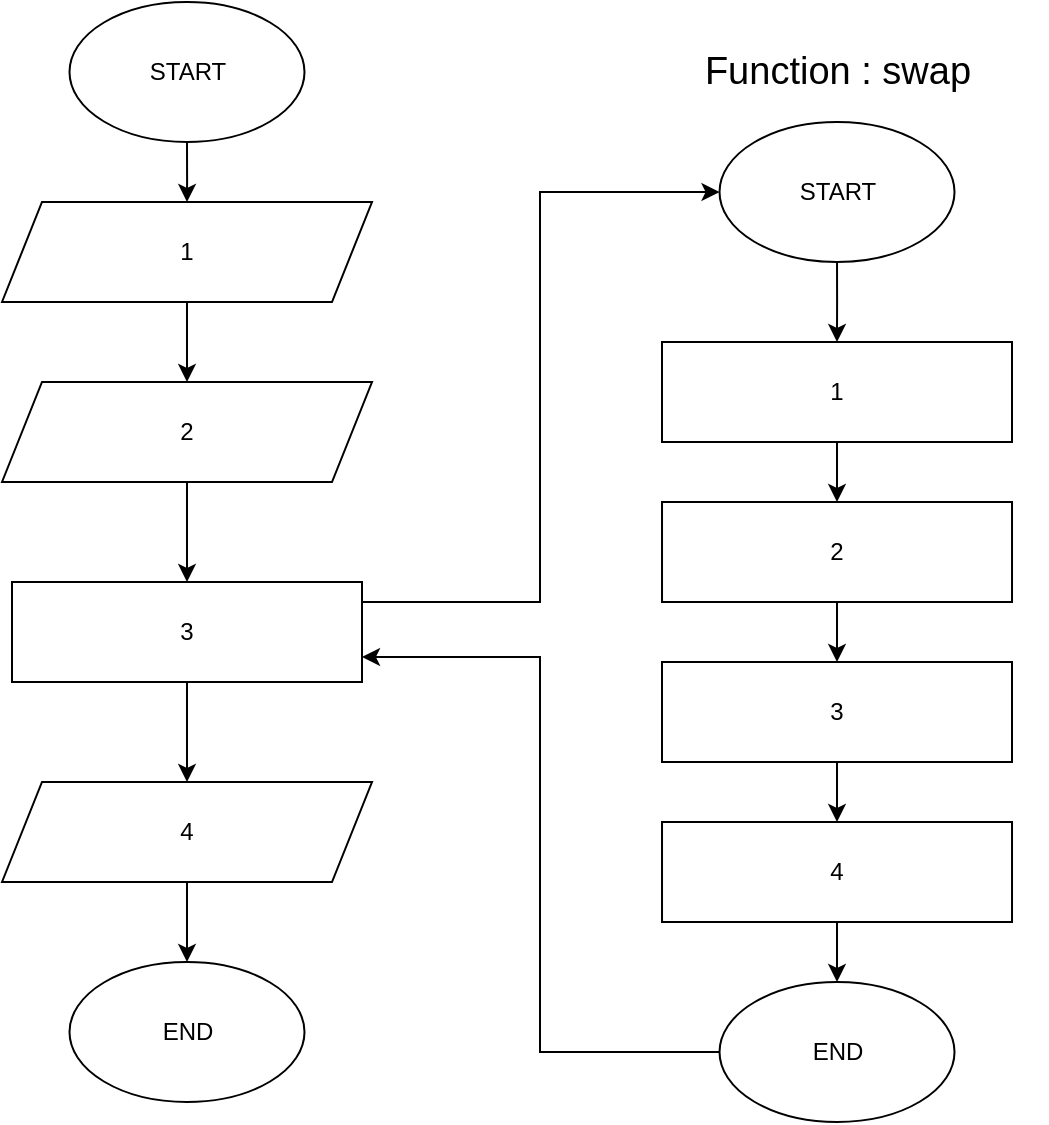
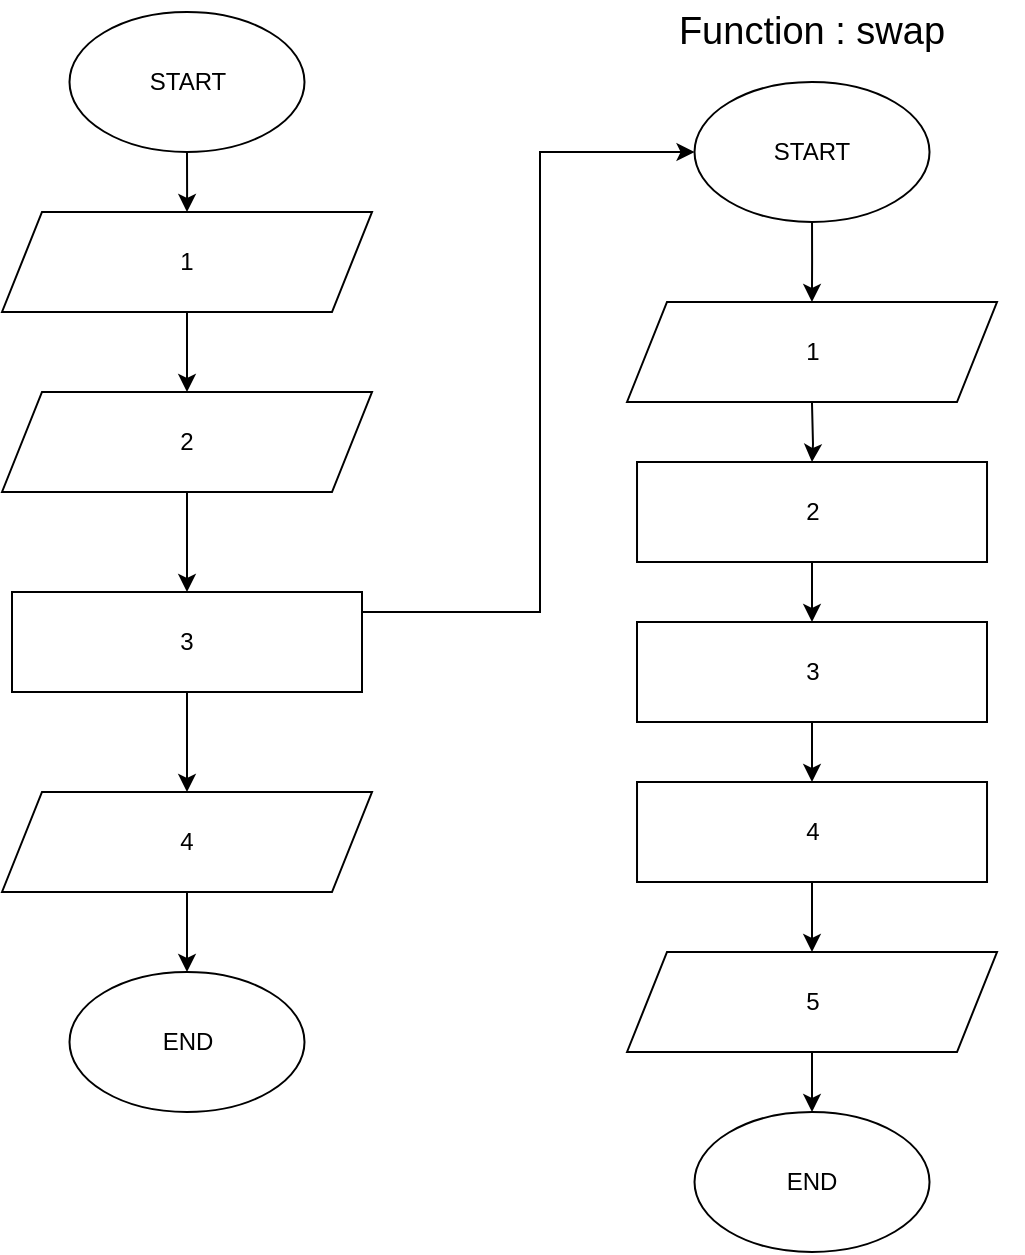
<mxfile host="app.diagrams.net">
-   <diagram name="Page-1" id="DZQpwDG2AguKfzWeCMCz">
-     <mxGraphModel dx="2155" dy="1154" grid="1" gridSize="10" guides="1" tooltips="1" connect="1" arrows="1" fold="1" page="1" pageScale="1" pageWidth="850" pageHeight="1100" math="0" shadow="0">
+   <diagram name="Page-1" id="gaM7ZMEkuyfL6_FFLKv9">
+     <mxGraphModel dx="3667" dy="2913" grid="1" gridSize="10" guides="1" tooltips="1" connect="1" arrows="1" fold="1" page="1" pageScale="1" pageWidth="850" pageHeight="1100" math="0" shadow="0">
      <root>
        <mxCell id="0" />
        <mxCell id="1" parent="0" />
-         <mxCell id="kQ8cNT2L98zMurMp1pFD-1" edge="1" parent="1" source="kQ8cNT2L98zMurMp1pFD-2" style="edgeStyle=orthogonalEdgeStyle;rounded=0;orthogonalLoop=1;jettySize=auto;html=1;" target="kQ8cNT2L98zMurMp1pFD-5" value="">
+         <mxCell id="jRngi_6EwiUO38Zkh1do-306" edge="1" parent="1" source="jRngi_6EwiUO38Zkh1do-307" style="edgeStyle=orthogonalEdgeStyle;rounded=0;orthogonalLoop=1;jettySize=auto;html=1;" target="jRngi_6EwiUO38Zkh1do-310" value="">
          <mxGeometry relative="1" as="geometry" />
        </mxCell>
-         <mxCell id="kQ8cNT2L98zMurMp1pFD-2" parent="1" style="ellipse;whiteSpace=wrap;html=1;" value="START" vertex="1">
-           <mxGeometry height="70" width="117.5" x="113.75" y="50" as="geometry" />
+         <mxCell id="jRngi_6EwiUO38Zkh1do-307" parent="1" style="ellipse;whiteSpace=wrap;html=1;" value="START" vertex="1">
+           <mxGeometry height="70" width="117.5" x="-2466.248235294118" y="-2170.001764705882" as="geometry" />
        </mxCell>
-         <mxCell id="kQ8cNT2L98zMurMp1pFD-3" parent="1" style="ellipse;whiteSpace=wrap;html=1;" value="END" vertex="1">
-           <mxGeometry height="70" width="117.5" x="113.75" y="530" as="geometry" />
+         <mxCell id="jRngi_6EwiUO38Zkh1do-308" parent="1" style="ellipse;whiteSpace=wrap;html=1;" value="END" vertex="1">
+           <mxGeometry height="70" width="117.5" x="-2466.248235294118" y="-1690.0017647058821" as="geometry" />
        </mxCell>
-         <mxCell id="cTQZ2PaawylzKzxFx5YF-85" edge="1" parent="1" source="kQ8cNT2L98zMurMp1pFD-5" style="edgeStyle=orthogonalEdgeStyle;rounded=0;orthogonalLoop=1;jettySize=auto;html=1;" target="cTQZ2PaawylzKzxFx5YF-84" value="">
+         <mxCell id="jRngi_6EwiUO38Zkh1do-309" edge="1" parent="1" source="jRngi_6EwiUO38Zkh1do-310" style="edgeStyle=orthogonalEdgeStyle;rounded=0;orthogonalLoop=1;jettySize=auto;html=1;" target="jRngi_6EwiUO38Zkh1do-330" value="">
          <mxGeometry relative="1" as="geometry" />
        </mxCell>
-         <mxCell id="kQ8cNT2L98zMurMp1pFD-5" parent="1" style="shape=parallelogram;perimeter=parallelogramPerimeter;whiteSpace=wrap;html=1;fixedSize=1;" value="1" vertex="1">
-           <mxGeometry height="50" width="185" x="80" y="150" as="geometry" />
+         <mxCell id="jRngi_6EwiUO38Zkh1do-310" parent="1" style="shape=parallelogram;perimeter=parallelogramPerimeter;whiteSpace=wrap;html=1;fixedSize=1;" value="1" vertex="1">
+           <mxGeometry height="50" width="185" x="-2499.998235294118" y="-2070.001764705882" as="geometry" />
        </mxCell>
-         <mxCell id="rKnpv_W1U9PREV9YSJFs-2" edge="1" parent="1" source="kQ8cNT2L98zMurMp1pFD-9" style="edgeStyle=orthogonalEdgeStyle;rounded=0;orthogonalLoop=1;jettySize=auto;html=1;" target="7_FxzUuJxiiQ-YLYcN7P-26" value="">
+         <mxCell id="jRngi_6EwiUO38Zkh1do-311" edge="1" parent="1" source="jRngi_6EwiUO38Zkh1do-313" style="edgeStyle=orthogonalEdgeStyle;rounded=0;orthogonalLoop=1;jettySize=auto;html=1;" target="jRngi_6EwiUO38Zkh1do-315" value="">
          <mxGeometry relative="1" as="geometry" />
        </mxCell>
-         <mxCell id="cTQZ2PaawylzKzxFx5YF-87" edge="1" parent="1" source="kQ8cNT2L98zMurMp1pFD-9" style="edgeStyle=orthogonalEdgeStyle;rounded=0;orthogonalLoop=1;jettySize=auto;html=1;entryX=0;entryY=0.5;entryDx=0;entryDy=0;shape=wire;dashed=1;" target="cTQZ2PaawylzKzxFx5YF-80">
+         <mxCell id="jRngi_6EwiUO38Zkh1do-312" edge="1" parent="1" source="jRngi_6EwiUO38Zkh1do-313" style="edgeStyle=orthogonalEdgeStyle;rounded=0;orthogonalLoop=1;jettySize=auto;html=1;entryX=0;entryY=0.5;entryDx=0;entryDy=0;shape=wire;dashed=1;" target="jRngi_6EwiUO38Zkh1do-327">
          <mxGeometry relative="1" as="geometry">
            <Array as="points">
-               <mxPoint x="349" y="350" />
-               <mxPoint x="349" y="145" />
+               <mxPoint x="-2231" y="-1870" />
+               <mxPoint x="-2231" y="-2100" />
            </Array>
          </mxGeometry>
        </mxCell>
-         <mxCell id="kQ8cNT2L98zMurMp1pFD-9" parent="1" style="rounded=0;whiteSpace=wrap;html=1;" value="3" vertex="1">
-           <mxGeometry height="50" width="175" x="85" y="340" as="geometry" />
+         <mxCell id="jRngi_6EwiUO38Zkh1do-313" parent="1" style="rounded=0;whiteSpace=wrap;html=1;" value="3" vertex="1">
+           <mxGeometry height="50" width="175" x="-2494.998235294118" y="-1880.0017647058821" as="geometry" />
        </mxCell>
-         <mxCell id="rKnpv_W1U9PREV9YSJFs-1" edge="1" parent="1" source="7_FxzUuJxiiQ-YLYcN7P-26" style="edgeStyle=orthogonalEdgeStyle;rounded=0;orthogonalLoop=1;jettySize=auto;html=1;" target="kQ8cNT2L98zMurMp1pFD-3" value="">
+         <mxCell id="jRngi_6EwiUO38Zkh1do-314" edge="1" parent="1" source="jRngi_6EwiUO38Zkh1do-315" style="edgeStyle=orthogonalEdgeStyle;rounded=0;orthogonalLoop=1;jettySize=auto;html=1;" target="jRngi_6EwiUO38Zkh1do-308" value="">
          <mxGeometry relative="1" as="geometry" />
        </mxCell>
-         <mxCell id="7_FxzUuJxiiQ-YLYcN7P-26" parent="1" style="shape=parallelogram;perimeter=parallelogramPerimeter;whiteSpace=wrap;html=1;fixedSize=1;" value="4" vertex="1">
-           <mxGeometry height="50" width="185" x="80" y="440" as="geometry" />
+         <mxCell id="jRngi_6EwiUO38Zkh1do-315" parent="1" style="shape=parallelogram;perimeter=parallelogramPerimeter;whiteSpace=wrap;html=1;fixedSize=1;" value="4" vertex="1">
+           <mxGeometry height="50" width="185" x="-2499.998235294118" y="-1780.0017647058821" as="geometry" />
        </mxCell>
-         <mxCell id="cTQZ2PaawylzKzxFx5YF-4" edge="1" parent="1" source="7_FxzUuJxiiQ-YLYcN7P-32" style="edgeStyle=orthogonalEdgeStyle;rounded=0;orthogonalLoop=1;jettySize=auto;html=1;" target="cTQZ2PaawylzKzxFx5YF-1" value="">
+         <mxCell id="jRngi_6EwiUO38Zkh1do-316" edge="1" parent="1" style="edgeStyle=orthogonalEdgeStyle;rounded=0;orthogonalLoop=1;jettySize=auto;html=1;" target="jRngi_6EwiUO38Zkh1do-319" value="">
+           <mxGeometry relative="1" as="geometry">
+             <mxPoint x="-2095.02" y="-1975.0017647058821" as="sourcePoint" />
+           </mxGeometry>
+         </mxCell>
+         <mxCell id="jRngi_6EwiUO38Zkh1do-318" edge="1" parent="1" source="jRngi_6EwiUO38Zkh1do-319" style="edgeStyle=orthogonalEdgeStyle;rounded=0;orthogonalLoop=1;jettySize=auto;html=1;" target="jRngi_6EwiUO38Zkh1do-321" value="">
          <mxGeometry relative="1" as="geometry" />
        </mxCell>
-         <mxCell id="7_FxzUuJxiiQ-YLYcN7P-32" parent="1" style="rounded=0;whiteSpace=wrap;html=1;" value="1" vertex="1">
-           <mxGeometry height="50" width="175" x="410" y="220" as="geometry" />
+         <mxCell id="jRngi_6EwiUO38Zkh1do-319" parent="1" style="rounded=0;whiteSpace=wrap;html=1;" value="2" vertex="1">
+           <mxGeometry height="50" width="175" x="-2182.4882352941177" y="-1945.0017647058821" as="geometry" />
        </mxCell>
-         <mxCell id="cTQZ2PaawylzKzxFx5YF-74" edge="1" parent="1" source="cTQZ2PaawylzKzxFx5YF-1" style="edgeStyle=orthogonalEdgeStyle;rounded=0;orthogonalLoop=1;jettySize=auto;html=1;" target="cTQZ2PaawylzKzxFx5YF-72" value="">
+         <mxCell id="jRngi_6EwiUO38Zkh1do-320" edge="1" parent="1" source="jRngi_6EwiUO38Zkh1do-321" style="edgeStyle=orthogonalEdgeStyle;rounded=0;orthogonalLoop=1;jettySize=auto;html=1;" target="jRngi_6EwiUO38Zkh1do-323" value="">
          <mxGeometry relative="1" as="geometry" />
        </mxCell>
-         <mxCell id="cTQZ2PaawylzKzxFx5YF-1" parent="1" style="rounded=0;whiteSpace=wrap;html=1;" value="2" vertex="1">
-           <mxGeometry height="50" width="175" x="410.01" y="300" as="geometry" />
+         <mxCell id="jRngi_6EwiUO38Zkh1do-321" parent="1" style="rounded=0;whiteSpace=wrap;html=1;" value="3" vertex="1">
+           <mxGeometry height="50" width="175" x="-2182.498235294118" y="-1865.0017647058821" as="geometry" />
        </mxCell>
-         <mxCell id="cTQZ2PaawylzKzxFx5YF-78" edge="1" parent="1" source="cTQZ2PaawylzKzxFx5YF-72" style="edgeStyle=orthogonalEdgeStyle;rounded=0;orthogonalLoop=1;jettySize=auto;html=1;" target="cTQZ2PaawylzKzxFx5YF-77" value="">
+         <mxCell id="jRngi_6EwiUO38Zkh1do-334" edge="1" parent="1" source="jRngi_6EwiUO38Zkh1do-323" style="edgeStyle=orthogonalEdgeStyle;rounded=0;orthogonalLoop=1;jettySize=auto;html=1;" target="jRngi_6EwiUO38Zkh1do-333" value="">
          <mxGeometry relative="1" as="geometry" />
        </mxCell>
-         <mxCell id="cTQZ2PaawylzKzxFx5YF-72" parent="1" style="rounded=0;whiteSpace=wrap;html=1;" value="3" vertex="1">
-           <mxGeometry height="50" width="175" x="410" y="380" as="geometry" />
+         <mxCell id="jRngi_6EwiUO38Zkh1do-323" parent="1" style="rounded=0;whiteSpace=wrap;html=1;" value="4" vertex="1">
+           <mxGeometry height="50" width="175" x="-2182.4882352941177" y="-1785.0017647058821" as="geometry" />
        </mxCell>
-         <mxCell id="cTQZ2PaawylzKzxFx5YF-82" edge="1" parent="1" source="cTQZ2PaawylzKzxFx5YF-77" style="edgeStyle=orthogonalEdgeStyle;rounded=0;orthogonalLoop=1;jettySize=auto;html=1;" target="cTQZ2PaawylzKzxFx5YF-79" value="">
+         <mxCell id="jRngi_6EwiUO38Zkh1do-325" parent="1" style="ellipse;whiteSpace=wrap;html=1;" value="END" vertex="1">
+           <mxGeometry height="70" width="117.5" x="-2153.7382352941177" y="-1620.0017647058821" as="geometry" />
+         </mxCell>
+         <mxCell id="jRngi_6EwiUO38Zkh1do-326" edge="1" parent="1" source="jRngi_6EwiUO38Zkh1do-327" style="edgeStyle=orthogonalEdgeStyle;rounded=0;orthogonalLoop=1;jettySize=auto;html=1;" value="">
+           <mxGeometry relative="1" as="geometry">
+             <mxPoint x="-2095.02" y="-2025.0017647058821" as="targetPoint" />
+           </mxGeometry>
+         </mxCell>
+         <mxCell id="jRngi_6EwiUO38Zkh1do-327" parent="1" style="ellipse;whiteSpace=wrap;html=1;" value="START" vertex="1">
+           <mxGeometry height="70" width="117.5" x="-2153.7382352941177" y="-2135.001764705882" as="geometry" />
+         </mxCell>
+         <mxCell id="jRngi_6EwiUO38Zkh1do-328" parent="1" style="text;html=1;whiteSpace=wrap;strokeColor=none;fillColor=none;align=center;verticalAlign=middle;rounded=0;" value="&lt;font style=&quot;font-size: 19px;&quot;&gt;Function : swap&lt;/font&gt;" vertex="1">
+           <mxGeometry height="30" width="210" x="-2199.998235294118" y="-2175.001764705882" as="geometry" />
+         </mxCell>
+         <mxCell id="jRngi_6EwiUO38Zkh1do-329" edge="1" parent="1" source="jRngi_6EwiUO38Zkh1do-330" style="edgeStyle=orthogonalEdgeStyle;rounded=0;orthogonalLoop=1;jettySize=auto;html=1;" target="jRngi_6EwiUO38Zkh1do-313" value="">
          <mxGeometry relative="1" as="geometry" />
        </mxCell>
-         <mxCell id="cTQZ2PaawylzKzxFx5YF-77" parent="1" style="rounded=0;whiteSpace=wrap;html=1;" value="4" vertex="1">
-           <mxGeometry height="50" width="175" x="410.01" y="460" as="geometry" />
+         <mxCell id="jRngi_6EwiUO38Zkh1do-330" parent="1" style="shape=parallelogram;perimeter=parallelogramPerimeter;whiteSpace=wrap;html=1;fixedSize=1;" value="2" vertex="1">
+           <mxGeometry height="50" width="185" x="-2499.998235294118" y="-1980.0017647058821" as="geometry" />
        </mxCell>
-         <mxCell id="cTQZ2PaawylzKzxFx5YF-88" edge="1" parent="1" source="cTQZ2PaawylzKzxFx5YF-79" style="edgeStyle=orthogonalEdgeStyle;rounded=0;orthogonalLoop=1;jettySize=auto;html=1;entryX=1;entryY=0.75;entryDx=0;entryDy=0;exitX=0;exitY=0.5;exitDx=0;exitDy=0;" target="kQ8cNT2L98zMurMp1pFD-9">
-           <mxGeometry relative="1" as="geometry">
-             <Array as="points">
-               <mxPoint x="349" y="575" />
-               <mxPoint x="349" y="378" />
-             </Array>
-           </mxGeometry>
+         <mxCell id="jRngi_6EwiUO38Zkh1do-331" parent="1" style="shape=parallelogram;perimeter=parallelogramPerimeter;whiteSpace=wrap;html=1;fixedSize=1;" value="1" vertex="1">
+           <mxGeometry height="50" width="185" x="-2187.5" y="-2025" as="geometry" />
        </mxCell>
-         <mxCell id="cTQZ2PaawylzKzxFx5YF-79" parent="1" style="ellipse;whiteSpace=wrap;html=1;" value="END" vertex="1">
-           <mxGeometry height="70" width="117.5" x="438.76" y="540" as="geometry" />
-         </mxCell>
-         <mxCell id="cTQZ2PaawylzKzxFx5YF-81" edge="1" parent="1" source="cTQZ2PaawylzKzxFx5YF-80" style="edgeStyle=orthogonalEdgeStyle;rounded=0;orthogonalLoop=1;jettySize=auto;html=1;" target="7_FxzUuJxiiQ-YLYcN7P-32" value="">
+         <mxCell id="jRngi_6EwiUO38Zkh1do-335" edge="1" parent="1" source="jRngi_6EwiUO38Zkh1do-333" style="edgeStyle=orthogonalEdgeStyle;rounded=0;orthogonalLoop=1;jettySize=auto;html=1;" target="jRngi_6EwiUO38Zkh1do-325" value="">
          <mxGeometry relative="1" as="geometry" />
        </mxCell>
-         <mxCell id="cTQZ2PaawylzKzxFx5YF-80" parent="1" style="ellipse;whiteSpace=wrap;html=1;" value="START" vertex="1">
-           <mxGeometry height="70" width="117.5" x="438.76" y="110" as="geometry" />
-         </mxCell>
-         <mxCell id="cTQZ2PaawylzKzxFx5YF-83" parent="1" style="text;html=1;whiteSpace=wrap;strokeColor=none;fillColor=none;align=center;verticalAlign=middle;rounded=0;" value="&lt;font style=&quot;font-size: 19px;&quot;&gt;Function : swap&lt;/font&gt;" vertex="1">
-           <mxGeometry height="30" width="210" x="392.5" y="70" as="geometry" />
-         </mxCell>
-         <mxCell id="cTQZ2PaawylzKzxFx5YF-86" edge="1" parent="1" source="cTQZ2PaawylzKzxFx5YF-84" style="edgeStyle=orthogonalEdgeStyle;rounded=0;orthogonalLoop=1;jettySize=auto;html=1;" target="kQ8cNT2L98zMurMp1pFD-9" value="">
-           <mxGeometry relative="1" as="geometry" />
-         </mxCell>
-         <mxCell id="cTQZ2PaawylzKzxFx5YF-84" parent="1" style="shape=parallelogram;perimeter=parallelogramPerimeter;whiteSpace=wrap;html=1;fixedSize=1;" value="2" vertex="1">
-           <mxGeometry height="50" width="185" x="80" y="240" as="geometry" />
+         <mxCell id="jRngi_6EwiUO38Zkh1do-333" parent="1" style="shape=parallelogram;perimeter=parallelogramPerimeter;whiteSpace=wrap;html=1;fixedSize=1;" value="5" vertex="1">
+           <mxGeometry height="50" width="185" x="-2187.49" y="-1700" as="geometry" />
        </mxCell>
      </root>
    </mxGraphModel>
  </diagram>
</mxfile>
